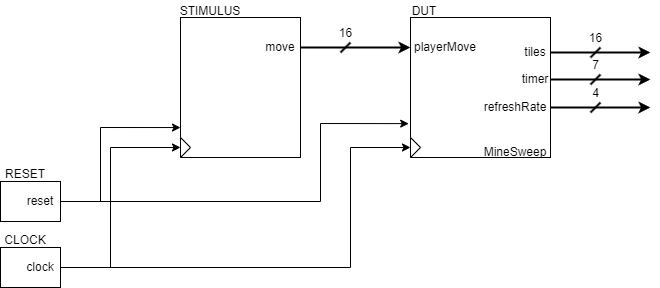
Above: Lab4_Mine_Sweep/Sources/Diagrams/Lab4TestBench.png in rbrinson2/CPE-3020-VHDL_Design (draw.io), before the change. Source tidied: cells renumbered, new cells last; positions are measured from the earlier drawing's top-left corner, leaving out a move shared by most shapes.
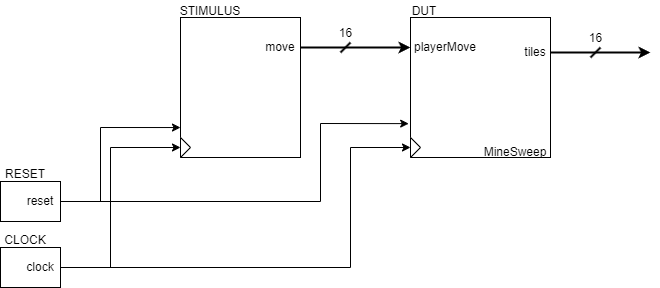
The same diagram one commit later.

The edit, as a diff of the source:
```diff
@@ -14,12 +14,6 @@
     <mxCell id="5" value="tiles" style="text;html=1;strokeColor=none;fillColor=none;align=center;verticalAlign=middle;whiteSpace=wrap;rounded=0;" parent="2" vertex="1">
       <mxGeometry x="110" y="30" width="30" height="10" as="geometry" />
     </mxCell>
-    <mxCell id="6" value="timer" style="text;html=1;strokeColor=none;fillColor=none;align=center;verticalAlign=middle;whiteSpace=wrap;rounded=0;" parent="2" vertex="1">
-      <mxGeometry x="110" y="52" width="30" height="20" as="geometry" />
-    </mxCell>
-    <mxCell id="7" value="refreshRate" style="text;html=1;strokeColor=none;fillColor=none;align=center;verticalAlign=middle;whiteSpace=wrap;rounded=0;" parent="2" vertex="1">
-      <mxGeometry x="70" y="80" width="70" height="20" as="geometry" />
-    </mxCell>
     <mxCell id="8" value="DUT" style="text;html=1;strokeColor=none;fillColor=none;align=center;verticalAlign=middle;whiteSpace=wrap;rounded=0;strokeWidth=2;" parent="2" vertex="1">
       <mxGeometry x="-6" y="-16" width="40" height="20" as="geometry" />
     </mxCell>
@@ -95,25 +89,9 @@
         <mxPoint x="650" y="51" as="targetPoint" />
       </mxGeometry>
     </mxCell>
-    <mxCell id="25" style="endArrow=classic;html=1;rounded=0;exitX=1;exitY=0.5;exitDx=0;exitDy=0;strokeWidth=2;" parent="1" edge="1" source="6">
-      <mxGeometry relative="1" as="geometry">
-        <mxPoint x="650" y="78" as="targetPoint" />
-      </mxGeometry>
-    </mxCell>
-    <mxCell id="26" style="endArrow=classic;html=1;rounded=0;exitX=1;exitY=0.5;exitDx=0;exitDy=0;strokeWidth=2;" parent="1" edge="1" source="7">
-      <mxGeometry relative="1" as="geometry">
-        <mxPoint x="650" y="106" as="targetPoint" />
-      </mxGeometry>
-    </mxCell>
-    <mxCell id="27" value="4" style="verticalLabelPosition=top;shadow=0;dashed=0;align=center;html=1;verticalAlign=bottom;shape=mxgraph.electrical.transmission.bus_width;strokeWidth=2;labelPosition=center;" parent="1" vertex="1">
-      <mxGeometry x="590" y="101" width="10" height="10" as="geometry" />
-    </mxCell>
     <mxCell id="28" value="16" style="verticalLabelPosition=top;shadow=0;dashed=0;align=center;html=1;verticalAlign=bottom;shape=mxgraph.electrical.transmission.bus_width;strokeWidth=2;labelPosition=center;" parent="1" vertex="1">
       <mxGeometry x="340" y="41" width="10" height="10" as="geometry" />
     </mxCell>
-    <mxCell id="29" value="7" style="verticalLabelPosition=top;shadow=0;dashed=0;align=center;html=1;verticalAlign=bottom;shape=mxgraph.electrical.transmission.bus_width;strokeWidth=2;labelPosition=center;" parent="1" vertex="1">
-      <mxGeometry x="590" y="73" width="10" height="10" as="geometry" />
-    </mxCell>
     <mxCell id="30" value="16" style="verticalLabelPosition=top;shadow=0;dashed=0;align=center;html=1;verticalAlign=bottom;shape=mxgraph.electrical.transmission.bus_width;strokeWidth=2;labelPosition=center;" parent="1" vertex="1">
       <mxGeometry x="590" y="46" width="10" height="10" as="geometry" />
     </mxCell>
```
